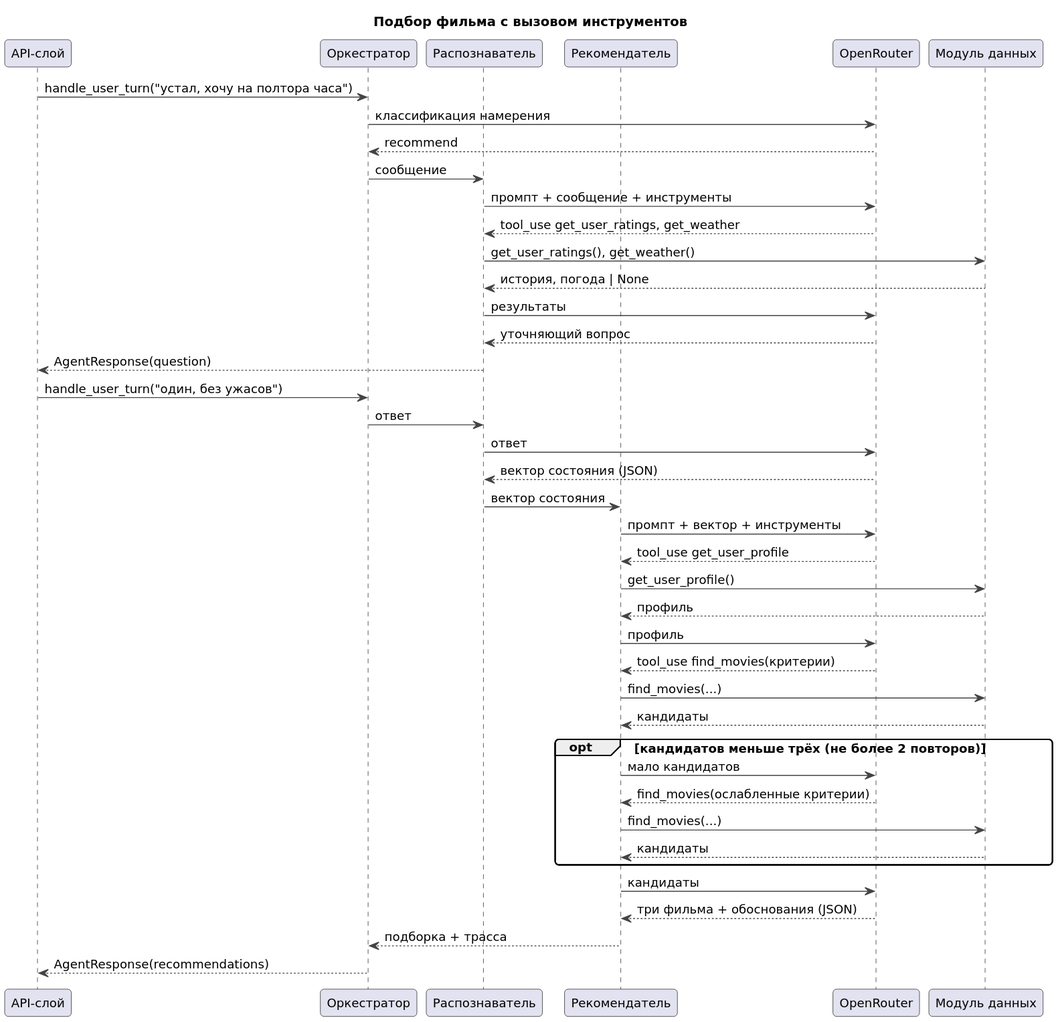
Before: documents/agents/diagrams/155-seq-recommend.svg, a diagram exported from PlantUML (ryDIEv/CineMatch). Source of this version:
```plantuml
@startuml
!include _style.iuml
title Подбор фильма с вызовом инструментов
participant "API-слой" as API
participant "Оркестратор" as O
participant "Распознаватель" as SA
participant "Рекомендатель" as RA
participant "OpenRouter" as M
participant "Модуль данных" as D
API -> O : handle_user_turn("устал, хочу на полтора часа")
O -> M : классификация намерения
M --> O : recommend
O -> SA : сообщение
SA -> M : промпт + сообщение + инструменты
M --> SA : tool_use get_user_ratings, get_weather
SA -> D : get_user_ratings(), get_weather()
D --> SA : история, погода | None
SA -> M : результаты
M --> SA : уточняющий вопрос
SA --> API : AgentResponse(question)
API -> O : handle_user_turn("один, без ужасов")
O -> SA : ответ
SA -> M : ответ
M --> SA : вектор состояния (JSON)
SA -> RA : вектор состояния
RA -> M : промпт + вектор + инструменты
M --> RA : tool_use get_user_profile
RA -> D : get_user_profile()
D --> RA : профиль
RA -> M : профиль
M --> RA : tool_use find_movies(критерии)
RA -> D : find_movies(...)
D --> RA : кандидаты
opt кандидатов меньше трёх (не более 2 повторов)
  RA -> M : мало кандидатов
  M --> RA : find_movies(ослабленные критерии)
  RA -> D : find_movies(...)
  D --> RA : кандидаты
end
RA -> M : кандидаты
M --> RA : три фильма + обоснования (JSON)
RA --> O : подборка + трасса
O --> API : AgentResponse(recommendations)
@enduml
```
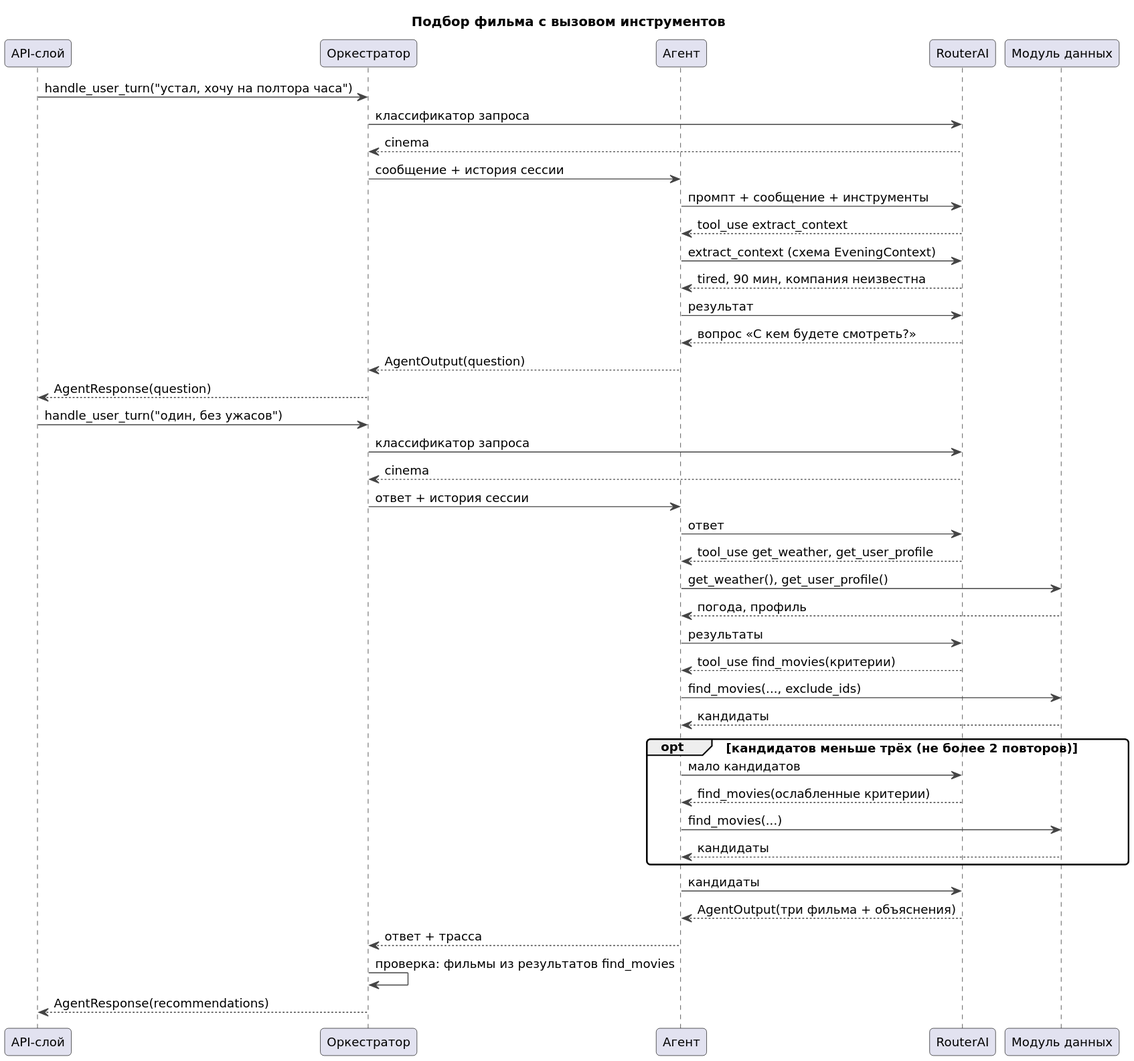
After the commit.

What changed in the source:
```diff
@@ -3,42 +3,42 @@
 title Подбор фильма с вызовом инструментов
 participant "API-слой" as API
 participant "Оркестратор" as O
-participant "Распознаватель" as SA
-participant "Рекомендатель" as RA
-participant "OpenRouter" as M
+participant "Агент" as A
+participant "RouterAI" as M
 participant "Модуль данных" as D
 API -> O : handle_user_turn("устал, хочу на полтора часа")
-O -> M : классификация намерения
-M --> O : recommend
-O -> SA : сообщение
-SA -> M : промпт + сообщение + инструменты
-M --> SA : tool_use get_user_ratings, get_weather
-SA -> D : get_user_ratings(), get_weather()
-D --> SA : история, погода | None
-SA -> M : результаты
-M --> SA : уточняющий вопрос
-SA --> API : AgentResponse(question)
+O -> M : классификатор запроса
+M --> O : cinema
+O -> A : сообщение + история сессии
+A -> M : промпт + сообщение + инструменты
+M --> A : tool_use extract_context
+A -> M : extract_context (схема EveningContext)
+M --> A : tired, 90 мин, компания неизвестна
+A -> M : результат
+M --> A : вопрос «С кем будете смотреть?»
+A --> O : AgentOutput(question)
+O --> API : AgentResponse(question)
 API -> O : handle_user_turn("один, без ужасов")
-O -> SA : ответ
-SA -> M : ответ
-M --> SA : вектор состояния (JSON)
-SA -> RA : вектор состояния
-RA -> M : промпт + вектор + инструменты
-M --> RA : tool_use get_user_profile
-RA -> D : get_user_profile()
-D --> RA : профиль
-RA -> M : профиль
-M --> RA : tool_use find_movies(критерии)
-RA -> D : find_movies(...)
-D --> RA : кандидаты
+O -> M : классификатор запроса
+M --> O : cinema
+O -> A : ответ + история сессии
+A -> M : ответ
+M --> A : tool_use get_weather, get_user_profile
+A -> D : get_weather(), get_user_profile()
+D --> A : погода, профиль
+A -> M : результаты
+M --> A : tool_use find_movies(критерии)
+A -> D : find_movies(..., exclude_ids)
+D --> A : кандидаты
 opt кандидатов меньше трёх (не более 2 повторов)
-  RA -> M : мало кандидатов
-  M --> RA : find_movies(ослабленные критерии)
-  RA -> D : find_movies(...)
-  D --> RA : кандидаты
+  A -> M : мало кандидатов
+  M --> A : find_movies(ослабленные критерии)
+  A -> D : find_movies(...)
+  D --> A : кандидаты
 end
-RA -> M : кандидаты
-M --> RA : три фильма + обоснования (JSON)
-RA --> O : подборка + трасса
+A -> M : кандидаты
+M --> A : AgentOutput(три фильма + объяснения)
+A --> O : ответ + трасса
+O -> O : проверка: фильмы из результатов find_movies
 O --> API : AgentResponse(recommendations)
 @enduml
```
